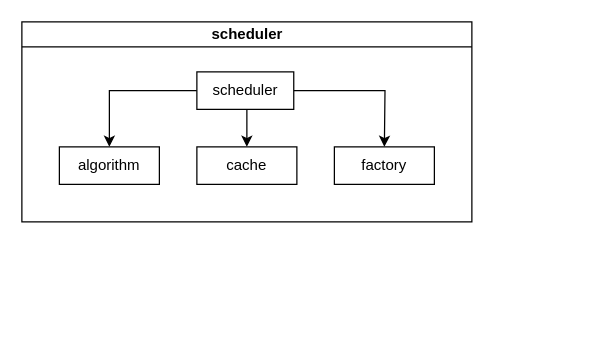
The draw.io diagram k8s/Untitled Diagram.drawio in weichenjushi/images, before the edit. Source tidied: cells renumbered, new cells numbered last; positions are measured from the earlier drawing's top-left corner, leaving out a move shared by most shapes. Both pictures are drawn from the tidied source at 125%, with x=0, y=0 at pixel (21, 21).
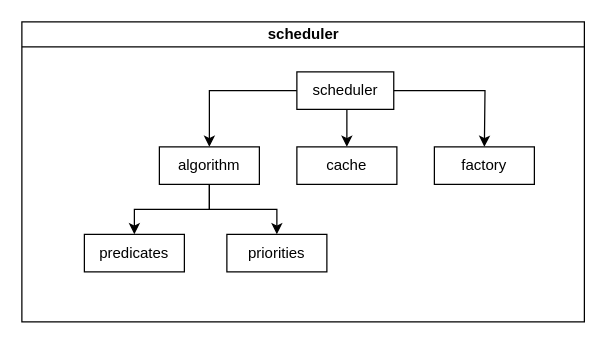
Above is the later version.

The edit, as a diff of the source:
```diff
@@
 <mxGraphModel>
   <root>
     <mxCell id="0" />
     <mxCell id="1" parent="0" />
     <mxCell id="2" value="scheduler" style="swimlane;html=1;startSize=20;horizontal=1;containerType=tree;glass=0;" parent="1" vertex="1">
-      <mxGeometry width="360" height="160" as="geometry" />
+      <mxGeometry width="450" height="240" as="geometry" />
     </mxCell>
     <mxCell id="3" style="edgeStyle=orthogonalEdgeStyle;rounded=0;jettySize=auto;html=1;exitX=0.5;exitY=1;exitDx=0;exitDy=0;entryX=0.5;entryY=0;entryDx=0;entryDy=0;" parent="2" edge="1" source="6" target="8">
       <mxGeometry relative="1" as="geometry" />
     </mxCell>
     <mxCell id="4" style="edgeStyle=orthogonalEdgeStyle;rounded=0;jettySize=auto;html=1;exitX=1;exitY=0.5;exitDx=0;exitDy=0;entryX=0.5;entryY=0;entryDx=0;entryDy=0;" parent="2" edge="1" source="6">
       <mxGeometry relative="1" as="geometry">
-        <mxPoint x="290" y="100" as="targetPoint" />
+        <mxPoint x="370" y="100" as="targetPoint" />
       </mxGeometry>
     </mxCell>
     <mxCell id="5" style="edgeStyle=orthogonalEdgeStyle;rounded=0;jettySize=auto;html=1;exitX=0;exitY=0.5;exitDx=0;exitDy=0;entryX=0.5;entryY=0;entryDx=0;entryDy=0;" parent="2" edge="1" source="6" target="7">
       <mxGeometry relative="1" as="geometry" />
     </mxCell>
     <mxCell id="6" value="scheduler" style="rounded=0;whiteSpace=wrap;html=1;" parent="2" vertex="1">
-      <mxGeometry x="140" y="40" width="77.5" height="30" as="geometry" />
+      <mxGeometry x="220" y="40" width="77.5" height="30" as="geometry" />
     </mxCell>
+    <mxCell id="10" style="edgeStyle=orthogonalEdgeStyle;rounded=0;jettySize=auto;html=1;exitX=0.5;exitY=1;exitDx=0;exitDy=0;entryX=0.5;entryY=0;entryDx=0;entryDy=0;" parent="2" edge="1" source="7" target="13">
+      <mxGeometry relative="1" as="geometry" />
+    </mxCell>
+    <mxCell id="11" style="edgeStyle=orthogonalEdgeStyle;rounded=0;jettySize=auto;html=1;exitX=0.5;exitY=1;exitDx=0;exitDy=0;entryX=0.5;entryY=0;entryDx=0;entryDy=0;" parent="2" edge="1" source="7" target="12">
+      <mxGeometry relative="1" as="geometry" />
+    </mxCell>
     <mxCell id="7" value="algorithm" style="rounded=0;whiteSpace=wrap;html=1;" parent="2" vertex="1">
-      <mxGeometry x="30" y="100" width="80" height="30" as="geometry" />
+      <mxGeometry x="110" y="100" width="80" height="30" as="geometry" />
     </mxCell>
     <mxCell id="8" value="cache" style="rounded=0;whiteSpace=wrap;html=1;" parent="2" vertex="1">
-      <mxGeometry x="140" y="100" width="80" height="30" as="geometry" />
+      <mxGeometry x="220" y="100" width="80" height="30" as="geometry" />
     </mxCell>
     <mxCell id="9" value="factory" style="rounded=0;whiteSpace=wrap;html=1;" parent="2" vertex="1">
-      <mxGeometry x="250" y="100" width="80" height="30" as="geometry" />
+      <mxGeometry x="330" y="100" width="80" height="30" as="geometry" />
     </mxCell>
+    <mxCell id="12" value="priorities" style="rounded=0;whiteSpace=wrap;html=1;" parent="2" vertex="1">
+      <mxGeometry x="164" y="170" width="80" height="30" as="geometry" />
+    </mxCell>
+    <mxCell id="13" value="predicates" style="rounded=0;whiteSpace=wrap;html=1;" parent="2" vertex="1">
+      <mxGeometry x="50" y="170" width="80" height="30" as="geometry" />
+    </mxCell>
   </root>
 </mxGraphModel>
```
